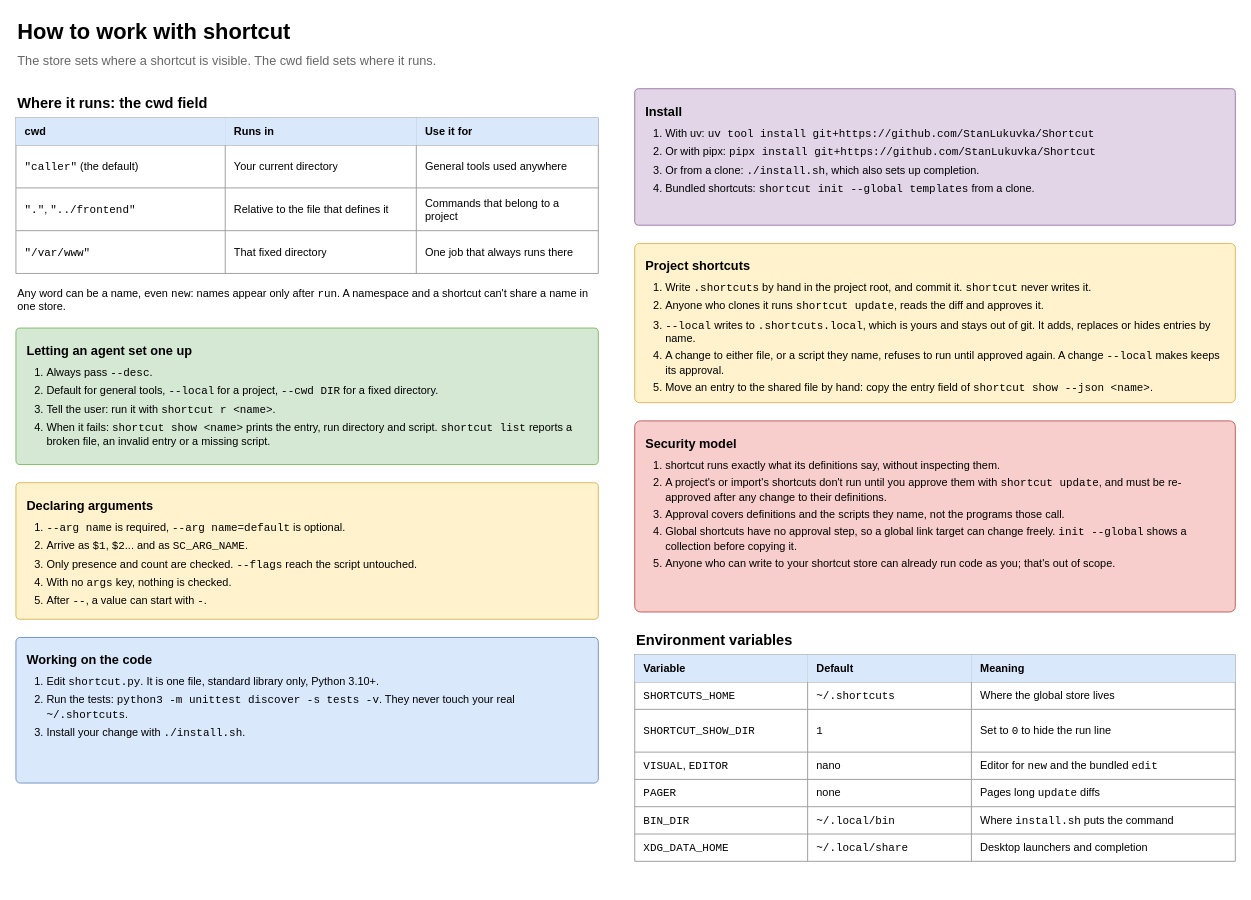
StanLukuvka/Shortcut keeps this draw.io diagram as page "3 Working with it" (3 of 5) of docs/shortcut-overview.drawio. Above is the earlier version. Source tidied: cells renumbered, new cells numbered last; positions are measured from the earlier drawing's top-left corner, leaving out a move shared by most shapes. Both pictures are drawn from the tidied source at 91%, with x=0, y=0 at pixel (15, 15).
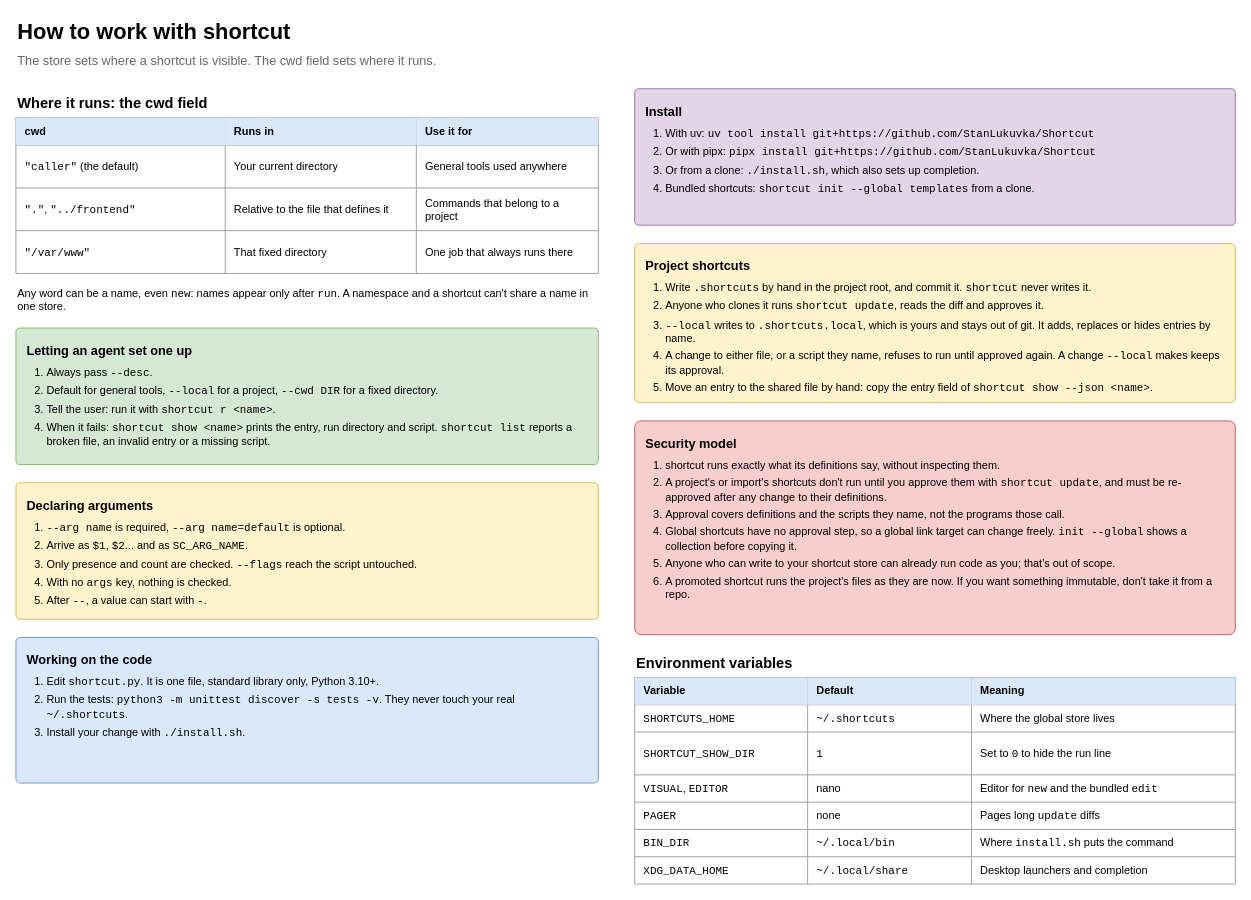
After the change.

Commit message (it also covers changes not shown here):
Document export, promote as a reference, show --json fields and security statement 6

What changed in the source:
```diff
@@
-    <mxCell id="25" value="&lt;b style='font-size:14px'&gt;Security model&lt;/b&gt;&lt;ol style='margin:8px 0 0 0;padding-left:22px'&gt;&lt;li style='margin-bottom:5px'&gt;shortcut runs exactly what its definitions say, without inspecting them.&lt;/li&gt;&lt;li style='margin-bottom:5px'&gt;A project's or import's shortcuts don't run until you approve them with &lt;font face=&quot;monospace&quot;&gt;shortcut update&lt;/font&gt;, and must be re-approved after any change to their definitions.&lt;/li&gt;&lt;li style='margin-bottom:5px'&gt;Approval covers definitions and the scripts they name, not the programs those call.&lt;/li&gt;&lt;li style='margin-bottom:5px'&gt;Global shortcuts have no approval step, so a global link target can change freely. &lt;font face=&quot;monospace&quot;&gt;init --global&lt;/font&gt; shows a collection before copying it.&lt;/li&gt;&lt;li style='margin-bottom:5px'&gt;Anyone who can write to your shortcut store can already run code as you; that's out of scope.&lt;/li&gt;&lt;/ol&gt;" style="rounded=1;whiteSpace=wrap;html=1;arcSize=3;fillColor=#f8cecc;strokeColor=#b85450;fontSize=12;align=left;verticalAlign=top;spacing=12;" parent="1" vertex="1">
-      <mxGeometry x="680" y="445" width="660" height="210" as="geometry" />
+    <mxCell id="25" value="&lt;b style='font-size:14px'&gt;Security model&lt;/b&gt;&lt;ol style='margin:8px 0 0 0;padding-left:22px'&gt;&lt;li style='margin-bottom:5px'&gt;shortcut runs exactly what its definitions say, without inspecting them.&lt;/li&gt;&lt;li style='margin-bottom:5px'&gt;A project's or import's shortcuts don't run until you approve them with &lt;font face=&quot;monospace&quot;&gt;shortcut update&lt;/font&gt;, and must be re-approved after any change to their definitions.&lt;/li&gt;&lt;li style='margin-bottom:5px'&gt;Approval covers definitions and the scripts they name, not the programs those call.&lt;/li&gt;&lt;li style='margin-bottom:5px'&gt;Global shortcuts have no approval step, so a global link target can change freely. &lt;font face=&quot;monospace&quot;&gt;init --global&lt;/font&gt; shows a collection before copying it.&lt;/li&gt;&lt;li style='margin-bottom:5px'&gt;Anyone who can write to your shortcut store can already run code as you; that's out of scope.&lt;/li&gt;&lt;li style='margin-bottom:5px'&gt;A promoted shortcut runs the project's files as they are now. If you want something immutable, don't take it from a repo.&lt;/li&gt;&lt;/ol&gt;" style="rounded=1;whiteSpace=wrap;html=1;arcSize=3;fillColor=#f8cecc;strokeColor=#b85450;fontSize=12;align=left;verticalAlign=top;spacing=12;" parent="1" vertex="1">
+      <mxGeometry x="680" y="445" width="660" height="235" as="geometry" />
     </mxCell>
@@
     <mxCell id="29" value="&lt;b&gt;Environment variables&lt;/b&gt;" style="text;html=1;align=left;fontSize=16;strokeColor=none;fillColor=none;" parent="1" vertex="1">
-      <mxGeometry x="680" y="670" width="640" height="28" as="geometry" />
+      <mxGeometry x="680" y="695" width="640" height="28" as="geometry" />
     </mxCell>
     <mxCell id="30" style="shape=table;startSize=0;childLayout=tableLayout;strokeColor=#999999;fontSize=12;html=1;" parent="1" vertex="1">
-      <mxGeometry x="680" y="702" width="660" height="227" as="geometry" />
+      <mxGeometry x="680" y="727" width="660" height="227" as="geometry" />
     </mxCell>
```
